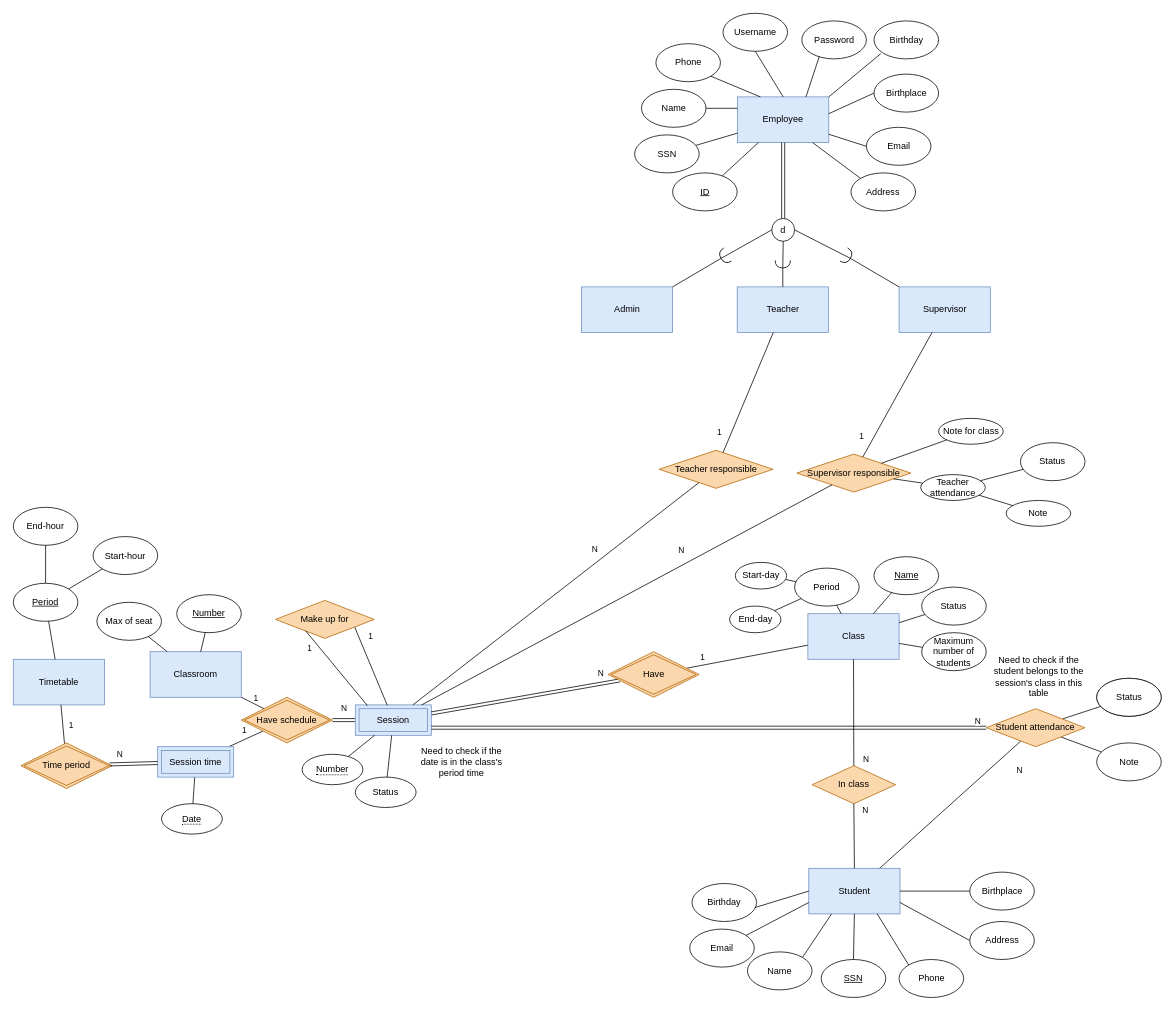
Above: page "Copy of Main" (2 of 3) of Week 3/ERD.drawio in astr0tas/English-Center-Attendance-Check (draw.io), before the change. Source tidied: cells renumbered, new cells numbered last; positions are measured from the earlier drawing's top-left corner, leaving out a move shared by most shapes. Both pictures are drawn from the tidied source at 76%, with x=0, y=0 at pixel (13, 13).
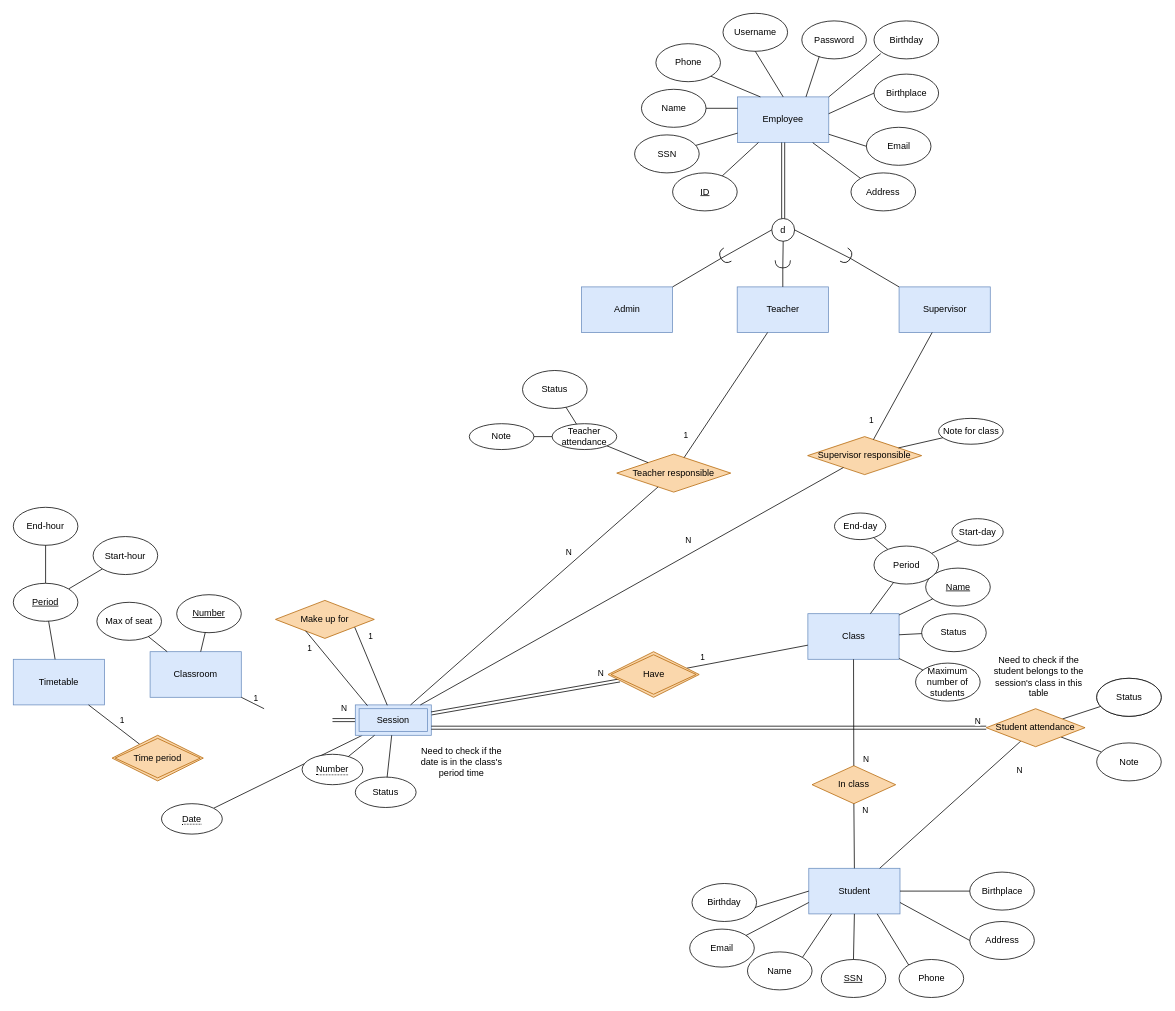
Above is the later version.

The change refers to these unchanged cells:
```xml
<mxCell id="51" value="Classroom" style="rounded=0;whiteSpace=wrap;html=1;fillColor=#dae8fc;strokeColor=#6C8EBF;" parent="1" vertex="1">
  <mxGeometry x="180" y="840" width="120" height="60" as="geometry" />
</mxCell>
<mxCell id="72" value="Session" style="shape=ext;margin=3;double=1;whiteSpace=wrap;html=1;align=center;fillColor=#DAE8FC;strokeColor=#6C8EBF;" parent="1" vertex="1">
  <mxGeometry x="450" y="910" width="100" height="40" as="geometry" />
</mxCell>
<mxCell id="112" value="&lt;span style=&quot;border-bottom: 1px dotted&quot;&gt;Date&lt;/span&gt;" style="ellipse;whiteSpace=wrap;html=1;align=center;" parent="1" vertex="1">
  <mxGeometry x="195" y="1040" width="80" height="40" as="geometry" />
</mxCell>
```

What changed in the source:
```diff
@@
     <mxCell id="25" value="&lt;u&gt;Name&lt;/u&gt;" style="ellipse;whiteSpace=wrap;html=1;" parent="1" vertex="1">
-      <mxGeometry x="1132.5" y="715" width="85" height="50" as="geometry" />
+      <mxGeometry x="1200.5" y="730" width="85" height="50" as="geometry" />
     </mxCell>
@@
     <mxCell id="31" value="Teacher responsible" style="rhombus;whiteSpace=wrap;html=1;fillColor=#fad7ac;strokeColor=#b46504;" parent="1" vertex="1">
-      <mxGeometry x="849.7" y="575" width="150" height="50" as="geometry" />
+      <mxGeometry x="794" y="580" width="150" height="50" as="geometry" />
     </mxCell>
@@
-    <mxCell id="54" style="endArrow=none;html=1;rounded=0;" parent="1" edge="1" source="111" target="112">
+    <mxCell id="54" style="endArrow=none;html=1;rounded=0;" parent="1" edge="1" source="72" target="112">
       <mxGeometry relative="1" as="geometry" />
     </mxCell>
     <mxCell id="55" value="&lt;span style=&quot;font-weight: normal;&quot;&gt;End-day&lt;/span&gt;" style="ellipse;whiteSpace=wrap;html=1;" parent="1" vertex="1">
-      <mxGeometry x="942.5" y="780" width="67.5" height="35" as="geometry" />
+      <mxGeometry x="1080.5" y="657.5" width="67.5" height="35" as="geometry" />
     </mxCell>
@@
-    <mxCell id="66" value="1" style="endArrow=none;html=1;rounded=0;" parent="1" edge="1" source="85" target="51">
-      <mxGeometry x="-0.05" y="-8" relative="1" as="geometry" />
+    <mxCell id="66" value="1" style="endArrow=none;html=1;rounded=0;" parent="1" edge="1" target="51">
+      <mxGeometry x="-0.05" y="-8" relative="1" as="geometry">
+        <mxPoint x="330" y="915" as="sourcePoint" />
+      </mxGeometry>
     </mxCell>
-    <mxCell id="67" value="1" style="endArrow=none;html=1;rounded=0;" parent="1" edge="1" source="85" target="111">
-      <mxGeometry x="-0.1" y="-11" relative="1" as="geometry" />
-    </mxCell>
     <mxCell id="68" value="Period" style="ellipse;whiteSpace=wrap;html=1;" parent="1" vertex="1">
-      <mxGeometry x="1028" y="730" width="85" height="50" as="geometry" />
+      <mxGeometry x="1132.5" y="701" width="85" height="50" as="geometry" />
     </mxCell>
     <mxCell id="69" value="Start-day" style="ellipse;whiteSpace=wrap;html=1;" parent="1" vertex="1">
-      <mxGeometry x="950" y="722.5" width="67.5" height="35" as="geometry" />
+      <mxGeometry x="1235" y="665" width="67.5" height="35" as="geometry" />
     </mxCell>
@@
-    <mxCell id="71" value="N" style="endArrow=none;html=1;rounded=0;shape=link;" parent="1" edge="1" source="85" target="72">
-      <mxGeometry x="-0.01" y="15" relative="1" as="geometry" />
+    <mxCell id="71" value="N" style="endArrow=none;html=1;rounded=0;shape=link;" parent="1" edge="1" target="72">
+      <mxGeometry x="-0.01" y="15" relative="1" as="geometry">
+        <mxPoint x="420" y="930" as="sourcePoint" />
+      </mxGeometry>
     </mxCell>
@@
-    <mxCell id="85" value="Have schedule" style="shape=rhombus;double=1;perimeter=rhombusPerimeter;whiteSpace=wrap;html=1;align=center;fillColor=#FAD7AC;strokeColor=#B46504;" parent="1" vertex="1">
-      <mxGeometry x="300" y="900" width="120" height="60" as="geometry" />
-    </mxCell>
     <mxCell id="86" value="Status" style="ellipse;whiteSpace=wrap;html=1;" parent="1" vertex="1">
-      <mxGeometry x="1195.2" y="755" width="85" height="50" as="geometry" />
+      <mxGeometry x="1195.2" y="790" width="85" height="50" as="geometry" />
     </mxCell>
@@
     <mxCell id="93" value="Maximum number of students" style="ellipse;whiteSpace=wrap;html=1;" parent="1" vertex="1">
-      <mxGeometry x="1195.2" y="815" width="85" height="50" as="geometry" />
+      <mxGeometry x="1187.2" y="855" width="85" height="50" as="geometry" />
     </mxCell>
@@
-    <mxCell id="111" value="Session time" style="shape=ext;margin=3;double=1;whiteSpace=wrap;html=1;align=center;fillColor=#DAE8FC;strokeColor=#6C8EBF;" parent="1" vertex="1">
-      <mxGeometry x="190" y="965" width="100" height="40" as="geometry" />
-    </mxCell>
@@
     <mxCell id="113" value="Time period" style="shape=rhombus;double=1;perimeter=rhombusPerimeter;whiteSpace=wrap;html=1;align=center;fillColor=#FAD7AC;strokeColor=#B46504;" parent="1" vertex="1">
-      <mxGeometry x="10" y="960" width="120" height="60" as="geometry" />
+      <mxGeometry x="130" y="950" width="120" height="60" as="geometry" />
     </mxCell>
-    <mxCell id="114" value="N" style="endArrow=none;html=1;rounded=0;shape=link;" parent="1" edge="1" source="113" target="111">
-      <mxGeometry x="-0.57" y="13" relative="1" as="geometry" />
-    </mxCell>
@@
     <mxCell id="116" value="Supervisor responsible" style="rhombus;whiteSpace=wrap;html=1;fillColor=#fad7ac;strokeColor=#b46504;" parent="1" vertex="1">
-      <mxGeometry x="1031" y="580" width="150" height="50" as="geometry" />
+      <mxGeometry x="1045.2" y="557" width="150" height="50" as="geometry" />
     </mxCell>
@@
     <mxCell id="119" value="Status" style="ellipse;whiteSpace=wrap;html=1;" parent="1" vertex="1">
-      <mxGeometry x="1325.2" y="565" width="85" height="50" as="geometry" />
+      <mxGeometry x="670" y="470" width="85" height="50" as="geometry" />
     </mxCell>
     <mxCell id="120" value="Note" style="ellipse;whiteSpace=wrap;html=1;" parent="1" vertex="1">
-      <mxGeometry x="1306.4" y="641" width="85" height="34" as="geometry" />
+      <mxGeometry x="600" y="540" width="85" height="34" as="geometry" />
     </mxCell>
     <mxCell id="121" value="Teacher attendance" style="ellipse;whiteSpace=wrap;html=1;" parent="1" vertex="1">
-      <mxGeometry x="1194" y="607" width="85" height="34" as="geometry" />
+      <mxGeometry x="709" y="540" width="85" height="34" as="geometry" />
     </mxCell>
@@
-    <mxCell id="123" style="endArrow=none;html=1;rounded=0;" parent="1" edge="1" source="116" target="121">
+    <mxCell id="123" style="endArrow=none;html=1;rounded=0;" parent="1" edge="1" source="31" target="121">
       <mxGeometry relative="1" as="geometry" />
     </mxCell>
```
